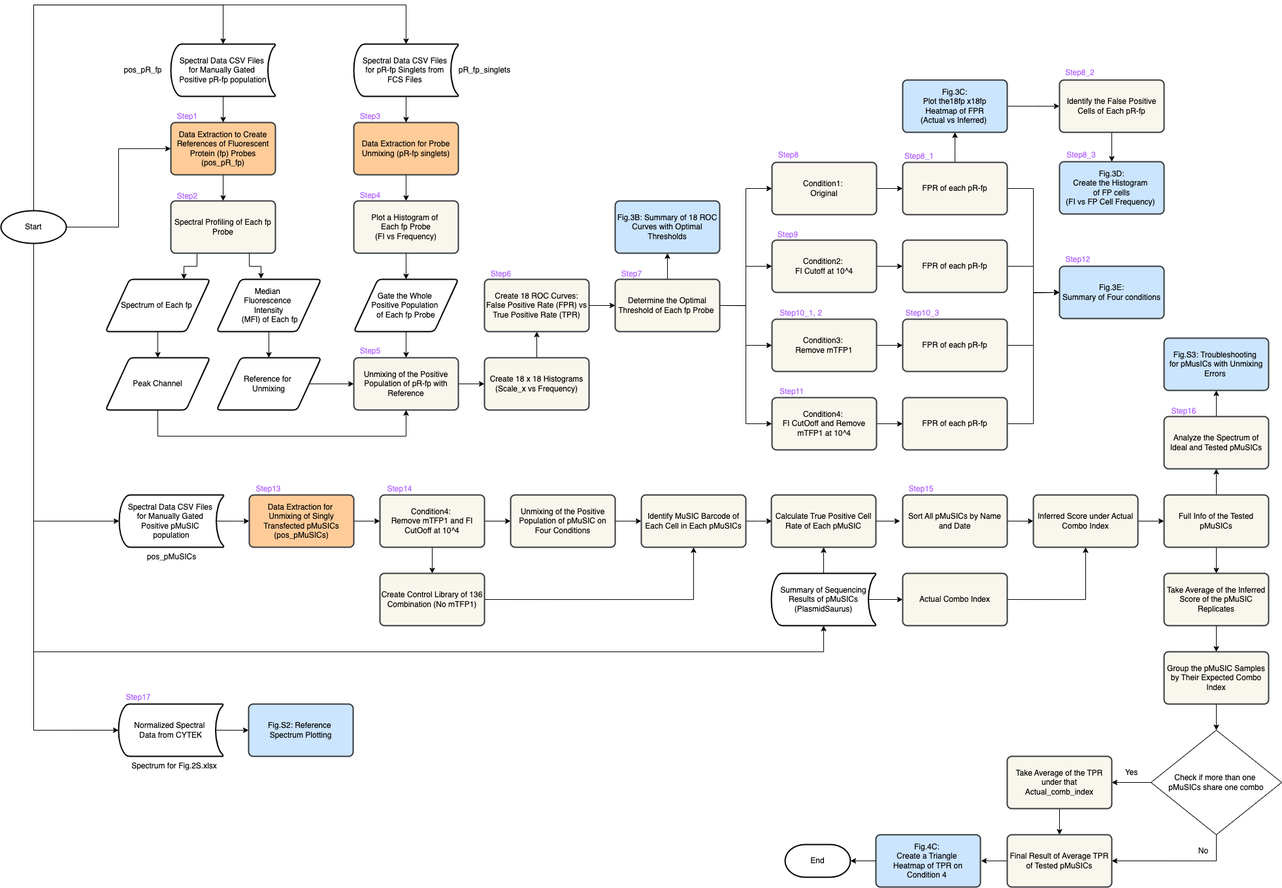
Earlier version of the draw.io export workflow_of_spectral_unmixing.png (birtwistlelab/MuSIC-Fluorescent-Protein-Barcodes--Spectral_Unmixing). Source tidied: cells renumbered, new cells last; positions are measured from the earlier drawing's top-left corner, leaving out a move shared by most shapes.
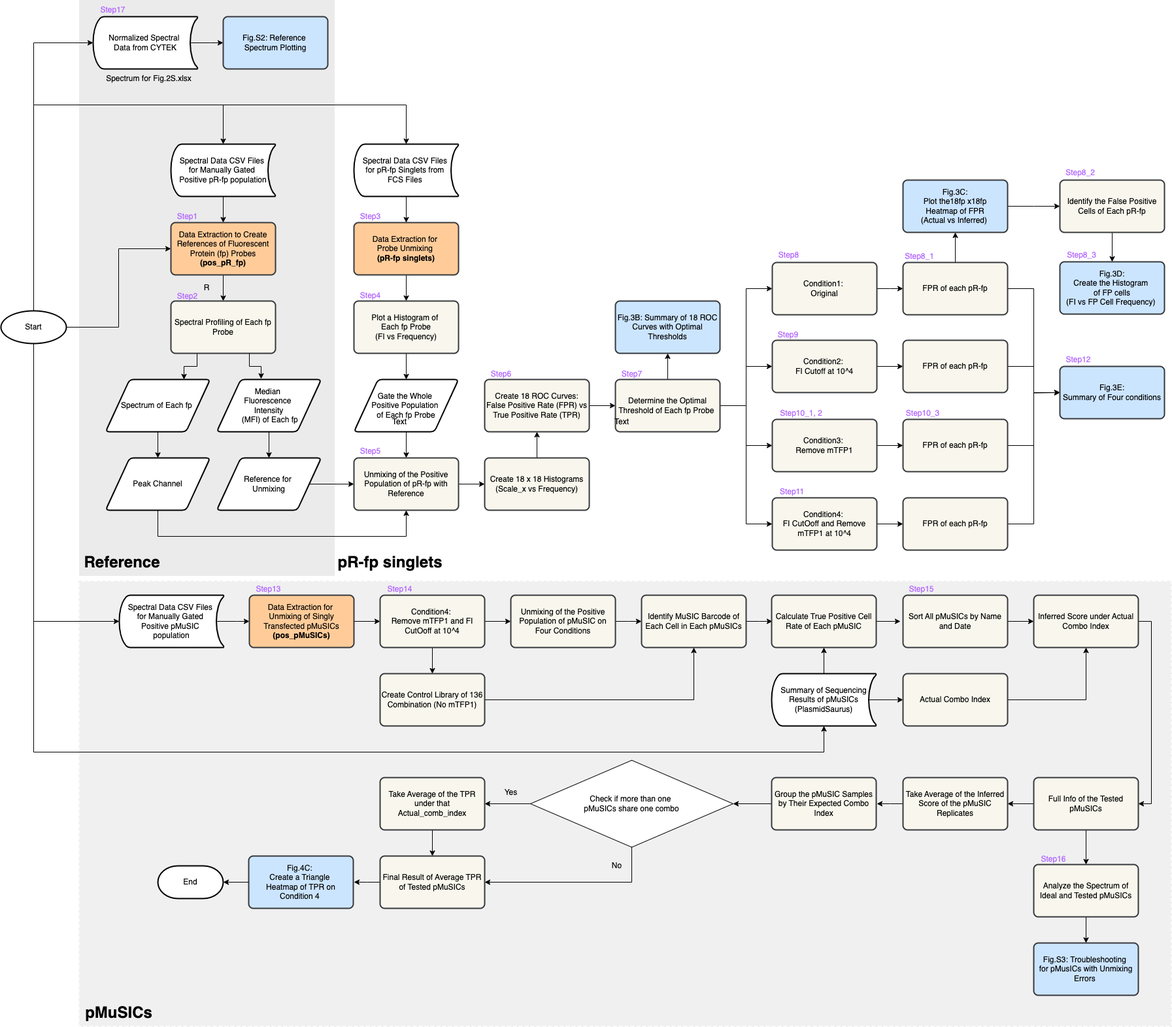
The same diagram one commit later.

What changed in the source:
```diff
@@ -2,6 +2,12 @@
   <root>
     <mxCell id="0" />
     <mxCell id="1" parent="0" />
+    <mxCell id="142" style="rounded=0;whiteSpace=wrap;html=1;fillColor=#F0F0F0;strokeColor=#F0F0F0;dashed=1;dashPattern=1 2;strokeWidth=3;" parent="1" vertex="1">
+      <mxGeometry x="120" y="729" width="1670" height="680" as="geometry" />
+    </mxCell>
+    <mxCell id="143" value="R" style="rounded=0;whiteSpace=wrap;html=1;fillColor=#EBEBEB;strokeColor=#EBEBEB;" parent="1" vertex="1">
+      <mxGeometry x="120" y="-160" width="390" height="880" as="geometry" />
+    </mxCell>
     <mxCell id="2" style="edgeStyle=orthogonalEdgeStyle;rounded=0;jettySize=auto;html=1;exitX=1;exitY=0.5;exitDx=0;exitDy=0;exitPerimeter=0;entryX=0;entryY=0.5;entryDx=0;entryDy=0;" parent="1" edge="1" source="3" target="5">
       <mxGeometry relative="1" as="geometry" />
     </mxCell>
@@ -11,13 +17,13 @@
     <mxCell id="4" style="edgeStyle=orthogonalEdgeStyle;rounded=0;jettySize=auto;html=1;exitX=0.5;exitY=1;exitDx=0;exitDy=0;entryX=0.5;entryY=0;entryDx=0;entryDy=0;fontFamily=Helvetica;fontSize=12;fontColor=default;" parent="1" edge="1" source="5" target="13">
       <mxGeometry relative="1" as="geometry" />
     </mxCell>
-    <mxCell id="5" value="Data Extraction to Create References of Fluorescent Protein (fp) Probes (pos_pR_fp)" style="rounded=1;whiteSpace=wrap;html=1;absoluteArcSize=1;arcSize=14;strokeWidth=2;strokeColor=#36393d;align=center;verticalAlign=middle;fontFamily=Helvetica;fontSize=12;fillColor=#ffcc99;" parent="1" vertex="1">
+    <mxCell id="5" value="Data Extraction to Create References of Fluorescent Protein (fp) Probes &lt;b&gt;(pos_pR_fp)&lt;/b&gt;" style="rounded=1;whiteSpace=wrap;html=1;absoluteArcSize=1;arcSize=14;strokeWidth=2;strokeColor=#36393d;align=center;verticalAlign=middle;fontFamily=Helvetica;fontSize=12;fillColor=#ffcc99;" parent="1" vertex="1">
       <mxGeometry x="260" y="180" width="160" height="80" as="geometry" />
     </mxCell>
     <mxCell id="6" style="edgeStyle=orthogonalEdgeStyle;rounded=0;jettySize=auto;html=1;exitX=0.5;exitY=1;exitDx=0;exitDy=0;entryX=0.5;entryY=0;entryDx=0;entryDy=0;fontFamily=Helvetica;fontSize=12;fontColor=default;" parent="1" edge="1" source="7" target="15">
       <mxGeometry relative="1" as="geometry" />
     </mxCell>
-    <mxCell id="7" value="Data Extraction for Probe Unmixing (pR-fp singlets)" style="rounded=1;whiteSpace=wrap;html=1;absoluteArcSize=1;arcSize=14;strokeWidth=2;strokeColor=#36393d;align=center;verticalAlign=middle;fontFamily=Helvetica;fontSize=12;fillColor=#ffcc99;" parent="1" vertex="1">
+    <mxCell id="7" value="Data Extraction for&amp;nbsp;&lt;div&gt;Probe Unmixing&amp;nbsp;&lt;div&gt;&lt;b&gt;(pR-fp singlets)&lt;/b&gt;&lt;/div&gt;&lt;/div&gt;" style="rounded=1;whiteSpace=wrap;html=1;absoluteArcSize=1;arcSize=14;strokeWidth=2;strokeColor=#36393d;align=center;verticalAlign=middle;fontFamily=Helvetica;fontSize=12;fillColor=#ffcc99;" parent="1" vertex="1">
       <mxGeometry x="540" y="180" width="160" height="80" as="geometry" />
     </mxCell>
     <mxCell id="8" style="edgeStyle=orthogonalEdgeStyle;rounded=0;jettySize=auto;html=1;exitX=0.5;exitY=1;exitDx=0;exitDy=0;exitPerimeter=0;entryX=0.5;entryY=0;entryDx=0;entryDy=0;fontFamily=Helvetica;fontSize=12;fontColor=default;" parent="1" edge="1" source="9" target="5">
@@ -201,7 +207,7 @@
     <mxCell id="62" style="edgeStyle=orthogonalEdgeStyle;rounded=0;jettySize=auto;html=1;exitX=1;exitY=0.5;exitDx=0;exitDy=0;entryX=0;entryY=0.5;entryDx=0;entryDy=0;" parent="1" edge="1" source="63" target="87">
       <mxGeometry relative="1" as="geometry" />
     </mxCell>
-    <mxCell id="63" value="Data Extraction for&amp;nbsp;&lt;div&gt;Unmixing of Singly Transfected pMuSICs&lt;/div&gt;&lt;div&gt;(pos_pMuSICs)&lt;/div&gt;" style="rounded=1;whiteSpace=wrap;html=1;absoluteArcSize=1;arcSize=14;strokeWidth=2;strokeColor=#36393d;align=center;verticalAlign=middle;fontFamily=Helvetica;fontSize=12;fillColor=#ffcc99;" parent="1" vertex="1">
+    <mxCell id="63" value="Data Extraction for&amp;nbsp;&lt;div&gt;Unmixing of Singly Transfected pMuSICs&lt;/div&gt;&lt;div&gt;&lt;b&gt;(pos_pMuSICs)&lt;/b&gt;&lt;/div&gt;" style="rounded=1;whiteSpace=wrap;html=1;absoluteArcSize=1;arcSize=14;strokeWidth=2;strokeColor=#36393d;align=center;verticalAlign=middle;fontFamily=Helvetica;fontSize=12;fillColor=#ffcc99;" parent="1" vertex="1">
       <mxGeometry x="380" y="750" width="160" height="80" as="geometry" />
     </mxCell>
     <mxCell id="64" style="edgeStyle=orthogonalEdgeStyle;rounded=0;jettySize=auto;html=1;exitX=0.5;exitY=1;exitDx=0;exitDy=0;exitPerimeter=0;entryX=0;entryY=0.5;entryDx=0;entryDy=0;entryPerimeter=0;fontFamily=Helvetica;fontSize=12;fontColor=default;" parent="1" edge="1" source="3" target="61">
@@ -352,111 +358,117 @@
     <mxCell id="107" value="Actual Combo Index" style="rounded=1;whiteSpace=wrap;html=1;absoluteArcSize=1;arcSize=14;strokeWidth=2;strokeColor=#36393d;align=center;verticalAlign=middle;fontFamily=Helvetica;fontSize=12;fillColor=#f9f7ed;" parent="1" vertex="1">
       <mxGeometry x="1380" y="870" width="160" height="80" as="geometry" />
     </mxCell>
-    <mxCell id="108" style="edgeStyle=orthogonalEdgeStyle;rounded=0;jettySize=auto;html=1;exitX=1;exitY=0.5;exitDx=0;exitDy=0;entryX=0;entryY=0.5;entryDx=0;entryDy=0;" parent="1" edge="1" source="109" target="112">
+    <mxCell id="108" style="edgeStyle=orthogonalEdgeStyle;rounded=0;jettySize=auto;html=1;exitX=1;exitY=0.5;exitDx=0;exitDy=0;entryX=1;entryY=0.5;entryDx=0;entryDy=0;" parent="1" edge="1" source="109" target="112">
       <mxGeometry relative="1" as="geometry" />
     </mxCell>
     <mxCell id="109" value="Inferred Score under Actual Combo Index" style="rounded=1;whiteSpace=wrap;html=1;absoluteArcSize=1;arcSize=14;strokeWidth=2;strokeColor=#36393d;align=center;verticalAlign=middle;fontFamily=Helvetica;fontSize=12;fillColor=#f9f7ed;" parent="1" vertex="1">
       <mxGeometry x="1580" y="750" width="160" height="80" as="geometry" />
     </mxCell>
-    <mxCell id="110" style="edgeStyle=orthogonalEdgeStyle;rounded=0;jettySize=auto;html=1;exitX=0.5;exitY=1;exitDx=0;exitDy=0;entryX=0.5;entryY=0;entryDx=0;entryDy=0;" parent="1" edge="1" source="112" target="114">
+    <mxCell id="110" style="edgeStyle=orthogonalEdgeStyle;rounded=0;jettySize=auto;html=1;exitX=0;exitY=0.5;exitDx=0;exitDy=0;entryX=1;entryY=0.5;entryDx=0;entryDy=0;" parent="1" edge="1" source="112" target="114">
       <mxGeometry relative="1" as="geometry" />
     </mxCell>
-    <mxCell id="111" style="edgeStyle=orthogonalEdgeStyle;rounded=0;jettySize=auto;html=1;exitX=0.5;exitY=0;exitDx=0;exitDy=0;entryX=0.5;entryY=1;entryDx=0;entryDy=0;" parent="1" edge="1" source="112">
-      <mxGeometry relative="1" as="geometry">
-        <mxPoint x="1860" y="710" as="targetPoint" />
-      </mxGeometry>
-    </mxCell>
+    <mxCell id="144" style="edgeStyle=orthogonalEdgeStyle;rounded=0;jettySize=auto;html=1;exitX=0.5;exitY=1;exitDx=0;exitDy=0;entryX=0.5;entryY=0;entryDx=0;entryDy=0;" parent="1" edge="1" source="112" target="137">
+      <mxGeometry relative="1" as="geometry" />
+    </mxCell>
     <mxCell id="112" value="Full Info of the Tested pMuSICs" style="rounded=1;whiteSpace=wrap;html=1;absoluteArcSize=1;arcSize=14;strokeWidth=2;strokeColor=#36393d;align=center;verticalAlign=middle;fontFamily=Helvetica;fontSize=12;fillColor=#f9f7ed;" parent="1" vertex="1">
-      <mxGeometry x="1780" y="750" width="160" height="80" as="geometry" />
+      <mxGeometry x="1580" y="1029" width="160" height="80" as="geometry" />
     </mxCell>
-    <mxCell id="113" style="edgeStyle=orthogonalEdgeStyle;rounded=0;jettySize=auto;html=1;exitX=0.5;exitY=1;exitDx=0;exitDy=0;" parent="1" edge="1" source="114" target="116">
-      <mxGeometry relative="1" as="geometry" />
-    </mxCell>
+    <mxCell id="145" style="edgeStyle=orthogonalEdgeStyle;rounded=0;jettySize=auto;html=1;exitX=0;exitY=0.5;exitDx=0;exitDy=0;" parent="1" edge="1" source="114">
+      <mxGeometry relative="1" as="geometry">
+        <mxPoint x="1340" y="1069" as="targetPoint" />
+      </mxGeometry>
+    </mxCell>
     <mxCell id="114" value="Take Average of the Inferred Score of the pMuSIC Replicates" style="rounded=1;whiteSpace=wrap;html=1;absoluteArcSize=1;arcSize=14;strokeWidth=2;strokeColor=#36393d;align=center;verticalAlign=middle;fontFamily=Helvetica;fontSize=12;fillColor=#f9f7ed;" parent="1" vertex="1">
-      <mxGeometry x="1780" y="870" width="160" height="80" as="geometry" />
+      <mxGeometry x="1380" y="1029" width="160" height="80" as="geometry" />
     </mxCell>
-    <mxCell id="115" style="edgeStyle=orthogonalEdgeStyle;rounded=0;jettySize=auto;html=1;exitX=0.5;exitY=1;exitDx=0;exitDy=0;entryX=0.5;entryY=0;entryDx=0;entryDy=0;" parent="1" edge="1" source="116" target="119">
+    <mxCell id="115" style="edgeStyle=orthogonalEdgeStyle;rounded=0;jettySize=auto;html=1;exitX=0;exitY=0.5;exitDx=0;exitDy=0;entryX=1;entryY=0.5;entryDx=0;entryDy=0;" parent="1" edge="1" source="116" target="119">
       <mxGeometry relative="1" as="geometry" />
     </mxCell>
     <mxCell id="116" value="Group the pMuSIC Samples by Their Expected Combo Index" style="rounded=1;whiteSpace=wrap;html=1;absoluteArcSize=1;arcSize=14;strokeWidth=2;strokeColor=#36393d;align=center;verticalAlign=middle;fontFamily=Helvetica;fontSize=12;fillColor=#f9f7ed;" parent="1" vertex="1">
-      <mxGeometry x="1780" y="990" width="160" height="80" as="geometry" />
+      <mxGeometry x="1179" y="1029" width="160" height="80" as="geometry" />
     </mxCell>
+    <mxCell id="118" style="edgeStyle=orthogonalEdgeStyle;rounded=0;jettySize=auto;html=1;exitX=0.5;exitY=1;exitDx=0;exitDy=0;entryX=1;entryY=0.5;entryDx=0;entryDy=0;" parent="1" edge="1" source="119" target="127">
+      <mxGeometry relative="1" as="geometry" />
+    </mxCell>
     <mxCell id="117" style="edgeStyle=orthogonalEdgeStyle;rounded=0;jettySize=auto;html=1;exitX=0;exitY=0.5;exitDx=0;exitDy=0;entryX=1;entryY=0.5;entryDx=0;entryDy=0;" parent="1" edge="1" source="119" target="121">
       <mxGeometry relative="1" as="geometry" />
     </mxCell>
-    <mxCell id="118" style="edgeStyle=orthogonalEdgeStyle;rounded=0;jettySize=auto;html=1;exitX=0.5;exitY=1;exitDx=0;exitDy=0;entryX=1;entryY=0.5;entryDx=0;entryDy=0;" parent="1" edge="1" source="119" target="127">
-      <mxGeometry relative="1" as="geometry" />
-    </mxCell>
     <mxCell id="119" value="Check if more than one&amp;nbsp;&lt;div&gt;pMuSICs share one combo&lt;/div&gt;" style="rhombus;whiteSpace=wrap;html=1;" parent="1" vertex="1">
-      <mxGeometry x="1760" y="1110" width="200" height="160" as="geometry" />
+      <mxGeometry x="810" y="1002.5" width="310" height="133" as="geometry" />
     </mxCell>
     <mxCell id="120" style="edgeStyle=orthogonalEdgeStyle;rounded=0;jettySize=auto;html=1;exitX=0.5;exitY=1;exitDx=0;exitDy=0;entryX=0.5;entryY=0;entryDx=0;entryDy=0;" parent="1" edge="1" source="121" target="127">
       <mxGeometry relative="1" as="geometry" />
     </mxCell>
     <mxCell id="121" value="Take Average of the TPR under that Actual_comb_index" style="rounded=1;whiteSpace=wrap;html=1;absoluteArcSize=1;arcSize=14;strokeWidth=2;strokeColor=#36393d;align=center;verticalAlign=middle;fontFamily=Helvetica;fontSize=12;fillColor=#f9f7ed;" parent="1" vertex="1">
-      <mxGeometry x="1540" y="1150" width="160" height="80" as="geometry" />
+      <mxGeometry x="580" y="1029" width="160" height="80" as="geometry" />
     </mxCell>
     <mxCell id="122" value="Yes" style="text;html=1;align=center;verticalAlign=middle;strokeColor=none;fillColor=none;" parent="1" vertex="1">
-      <mxGeometry x="1710" y="1160" width="40" height="30" as="geometry" />
+      <mxGeometry x="760" y="1037" width="40" height="30" as="geometry" />
     </mxCell>
     <mxCell id="123" value="Fig.4C:&amp;nbsp;&lt;div&gt;Create a Triangle&amp;nbsp;&lt;/div&gt;&lt;div&gt;Heatmap of TPR on Condition 4&amp;nbsp;&lt;/div&gt;" style="rounded=1;whiteSpace=wrap;html=1;absoluteArcSize=1;arcSize=14;strokeWidth=2;strokeColor=#36393d;align=center;verticalAlign=middle;fontFamily=Helvetica;fontSize=12;fillColor=#cce5ff;" parent="1" vertex="1">
-      <mxGeometry x="1339" y="1270" width="160" height="80" as="geometry" />
+      <mxGeometry x="379" y="1149" width="160" height="80" as="geometry" />
     </mxCell>
     <mxCell id="124" value="End" style="strokeWidth=2;html=1;shape=mxgraph.flowchart.terminator;whiteSpace=wrap;rounded=1;align=center;verticalAlign=middle;arcSize=14;fontFamily=Helvetica;fontSize=12;" parent="1" vertex="1">
-      <mxGeometry x="1200" y="1285" width="100" height="50" as="geometry" />
+      <mxGeometry x="240" y="1164" width="100" height="50" as="geometry" />
     </mxCell>
     <mxCell id="125" style="edgeStyle=orthogonalEdgeStyle;rounded=0;jettySize=auto;html=1;exitX=0;exitY=0.5;exitDx=0;exitDy=0;entryX=1;entryY=0.5;entryDx=0;entryDy=0;entryPerimeter=0;" parent="1" edge="1" source="123" target="124">
       <mxGeometry relative="1" as="geometry" />
     </mxCell>
     <mxCell id="126" style="edgeStyle=orthogonalEdgeStyle;rounded=0;jettySize=auto;html=1;exitX=0;exitY=0.5;exitDx=0;exitDy=0;" parent="1" edge="1" source="127">
       <mxGeometry relative="1" as="geometry">
-        <mxPoint x="1500" y="1309.9" as="targetPoint" />
+        <mxPoint x="540" y="1188.9" as="targetPoint" />
       </mxGeometry>
     </mxCell>
     <mxCell id="127" value="Final Result of Average TPR of Tested pMuSICs" style="rounded=1;whiteSpace=wrap;html=1;absoluteArcSize=1;arcSize=14;strokeWidth=2;strokeColor=#36393d;align=center;verticalAlign=middle;fontFamily=Helvetica;fontSize=12;fillColor=#f9f7ed;" parent="1" vertex="1">
-      <mxGeometry x="1540" y="1270" width="160" height="80" as="geometry" />
+      <mxGeometry x="580" y="1149" width="160" height="80" as="geometry" />
     </mxCell>
     <mxCell id="128" value="No" style="text;html=1;align=center;verticalAlign=middle;strokeColor=none;fillColor=none;" parent="1" vertex="1">
-      <mxGeometry x="1820" y="1280" width="40" height="30" as="geometry" />
+      <mxGeometry x="922" y="1149" width="40" height="30" as="geometry" />
     </mxCell>
     <mxCell id="129" style="edgeStyle=orthogonalEdgeStyle;rounded=0;jettySize=auto;html=1;exitX=0.93;exitY=0.5;exitDx=0;exitDy=0;exitPerimeter=0;entryX=0;entryY=0.5;entryDx=0;entryDy=0;" parent="1" edge="1" source="130" target="131">
       <mxGeometry relative="1" as="geometry" />
     </mxCell>
     <mxCell id="130" value="Normalized Spectral&amp;nbsp;&lt;div&gt;Data from CYTEK&lt;/div&gt;" style="strokeWidth=2;html=1;shape=mxgraph.flowchart.stored_data;whiteSpace=wrap;rounded=1;strokeColor=default;align=center;verticalAlign=middle;arcSize=14;fontFamily=Helvetica;fontSize=12;fontColor=default;fillColor=default;" parent="1" vertex="1">
-      <mxGeometry x="180" y="1070" width="160" height="80" as="geometry" />
+      <mxGeometry x="141" y="-135" width="160" height="80" as="geometry" />
     </mxCell>
     <mxCell id="131" value="Fig.S2: Reference&amp;nbsp;&lt;div&gt;Spectrum Plotting&lt;/div&gt;" style="rounded=1;whiteSpace=wrap;html=1;absoluteArcSize=1;arcSize=14;strokeWidth=2;strokeColor=#36393d;align=center;verticalAlign=middle;fontFamily=Helvetica;fontSize=12;fillColor=#cce5ff;" parent="1" vertex="1">
-      <mxGeometry x="379" y="1070" width="160" height="80" as="geometry" />
+      <mxGeometry x="340" y="-135" width="160" height="80" as="geometry" />
     </mxCell>
-    <mxCell id="132" style="edgeStyle=orthogonalEdgeStyle;rounded=0;jettySize=auto;html=1;exitX=0.5;exitY=1;exitDx=0;exitDy=0;exitPerimeter=0;entryX=0;entryY=0.5;entryDx=0;entryDy=0;entryPerimeter=0;" parent="1" edge="1" source="3" target="130">
-      <mxGeometry relative="1" as="geometry" />
-    </mxCell>
     <mxCell id="133" value="Step17" style="text;html=1;align=center;verticalAlign=middle;strokeColor=none;fillColor=none;fontColor=#B266FF;" parent="1" vertex="1">
-      <mxGeometry x="180" y="1045" width="60" height="30" as="geometry" />
+      <mxGeometry x="141" y="-160" width="60" height="30" as="geometry" />
     </mxCell>
     <mxCell id="134" value="Fig.S3:&amp;nbsp;&lt;span style=&quot;background-color: initial;&quot;&gt;Troubleshooting&amp;nbsp;&lt;/span&gt;&lt;div&gt;&lt;span style=&quot;background-color: initial;&quot;&gt;for pMusICs with Unmixing Errors&amp;nbsp;&lt;/span&gt;&lt;/div&gt;" style="rounded=1;whiteSpace=wrap;html=1;absoluteArcSize=1;arcSize=14;strokeWidth=2;strokeColor=#36393d;align=center;verticalAlign=middle;fontFamily=Helvetica;fontSize=12;fillColor=#cce5ff;" parent="1" vertex="1">
-      <mxGeometry x="1780" y="510" width="160" height="80" as="geometry" />
+      <mxGeometry x="1580" y="1282" width="160" height="80" as="geometry" />
     </mxCell>
     <mxCell id="135" value="Step16" style="text;html=1;align=center;verticalAlign=middle;strokeColor=none;fillColor=none;fontColor=#B266FF;" parent="1" vertex="1">
-      <mxGeometry x="1780" y="607" width="60" height="30" as="geometry" />
+      <mxGeometry x="1580" y="1139" width="60" height="30" as="geometry" />
     </mxCell>
-    <mxCell id="136" style="edgeStyle=orthogonalEdgeStyle;rounded=0;jettySize=auto;html=1;exitX=0.5;exitY=0;exitDx=0;exitDy=0;entryX=0.5;entryY=1;entryDx=0;entryDy=0;" parent="1" edge="1" source="137" target="134">
+    <mxCell id="136" style="edgeStyle=orthogonalEdgeStyle;rounded=0;jettySize=auto;html=1;exitX=0.5;exitY=1;exitDx=0;exitDy=0;entryX=0.5;entryY=0;entryDx=0;entryDy=0;" parent="1" edge="1" source="137" target="134">
       <mxGeometry relative="1" as="geometry" />
     </mxCell>
     <mxCell id="137" value="Analyze the Spectrum of Ideal and Tested pMuSICs" style="rounded=1;whiteSpace=wrap;html=1;absoluteArcSize=1;arcSize=14;strokeWidth=2;strokeColor=#36393d;align=center;verticalAlign=middle;fontFamily=Helvetica;fontSize=12;fillColor=#f9f7ed;" parent="1" vertex="1">
-      <mxGeometry x="1780" y="630" width="160" height="80" as="geometry" />
+      <mxGeometry x="1580" y="1162" width="160" height="80" as="geometry" />
     </mxCell>
-    <mxCell id="138" value="pos_pMuSICs" style="text;html=1;align=center;verticalAlign=middle;strokeColor=none;fillColor=none;" parent="1" vertex="1">
-      <mxGeometry x="211" y="830" width="100" height="30" as="geometry" />
-    </mxCell>
-    <mxCell id="139" value="pos_pR_fp" style="text;html=1;align=center;verticalAlign=middle;strokeColor=none;fillColor=none;" parent="1" vertex="1">
-      <mxGeometry x="177" y="85" width="80" height="30" as="geometry" />
-    </mxCell>
-    <mxCell id="140" value="pR_fp_singlets" style="text;html=1;align=center;verticalAlign=middle;strokeColor=none;fillColor=none;" parent="1" vertex="1">
-      <mxGeometry x="690" y="85" width="100" height="30" as="geometry" />
-    </mxCell>
     <mxCell id="141" value="Spectrum for Fig.2S.xlsx" style="text;html=1;align=center;verticalAlign=middle;strokeColor=none;fillColor=none;" parent="1" vertex="1">
-      <mxGeometry x="190" y="1150" width="150" height="30" as="geometry" />
+      <mxGeometry x="151" y="-55" width="150" height="30" as="geometry" />
     </mxCell>
+    <mxCell id="146" value="Text" style="text;html=1;align=center;verticalAlign=middle;whiteSpace=wrap;rounded=0;" parent="1" vertex="1">
+      <mxGeometry x="920" y="470" width="60" height="30" as="geometry" />
+    </mxCell>
+    <mxCell id="147" value="Text" style="text;html=1;align=center;verticalAlign=middle;whiteSpace=wrap;rounded=0;" parent="1" vertex="1">
+      <mxGeometry x="580" y="470" width="60" height="30" as="geometry" />
+    </mxCell>
+    <mxCell id="148" value="Reference" style="text;html=1;align=center;verticalAlign=middle;strokeColor=none;fillColor=none;fontSize=24;fontStyle=1;" parent="1" vertex="1">
+      <mxGeometry x="120" y="680" width="130" height="40" as="geometry" />
+    </mxCell>
+    <mxCell id="149" value="pR-fp singlets" style="text;html=1;align=center;verticalAlign=middle;strokeColor=none;fillColor=none;fontSize=24;fontStyle=1;" parent="1" vertex="1">
+      <mxGeometry x="510" y="680" width="170" height="40" as="geometry" />
+    </mxCell>
+    <mxCell id="132" style="edgeStyle=orthogonalEdgeStyle;rounded=0;jettySize=auto;html=1;exitX=0.5;exitY=0;exitDx=0;exitDy=0;exitPerimeter=0;entryX=0;entryY=0.5;entryDx=0;entryDy=0;entryPerimeter=0;" parent="1" edge="1" source="3" target="130">
+      <mxGeometry relative="1" as="geometry" />
+    </mxCell>
+    <mxCell id="150" value="pMuSICs" style="text;html=1;align=center;verticalAlign=middle;strokeColor=none;fillColor=none;fontSize=24;fontStyle=1;" parent="1" vertex="1">
+      <mxGeometry x="120" y="1369" width="120" height="40" as="geometry" />
+    </mxCell>
   </root>
 </mxGraphModel>
```
